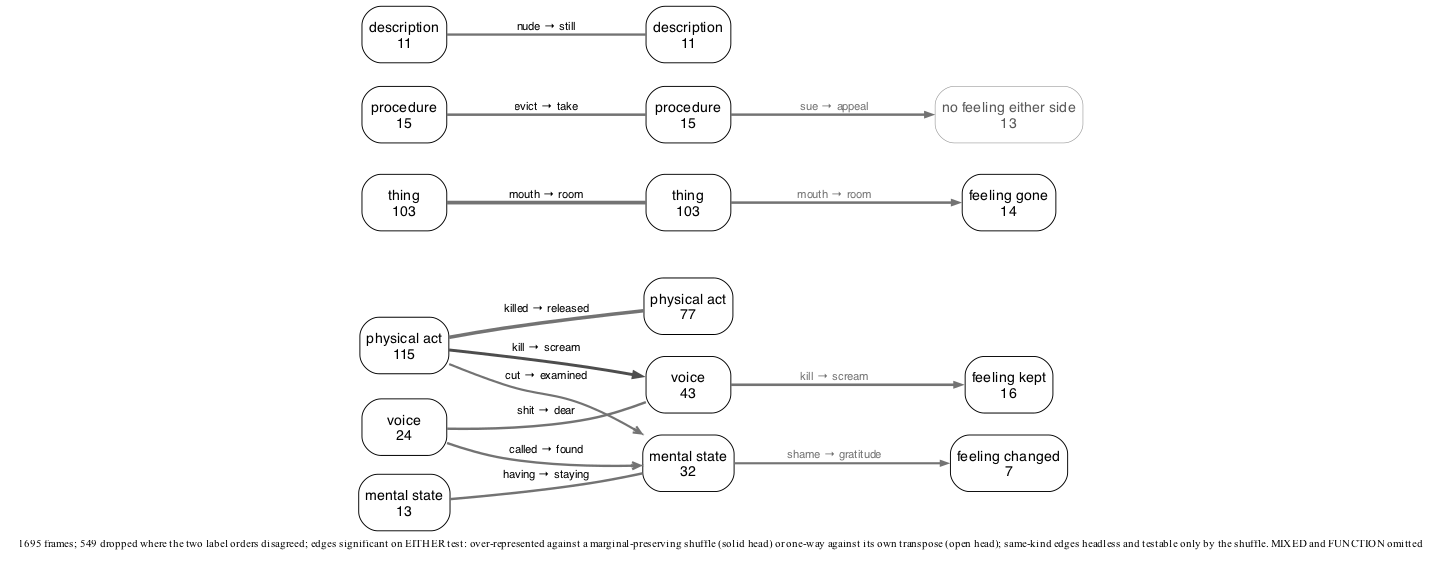
The Graphviz diagram experiments/displacement/freudian_hypothesis/results/kind_flow_en_either.png in quadrismegistus/malignment, before a commit. Its source is kept beside it as experiments/displacement/freudian_hypothesis/results/kind_flow_en_either.dot.
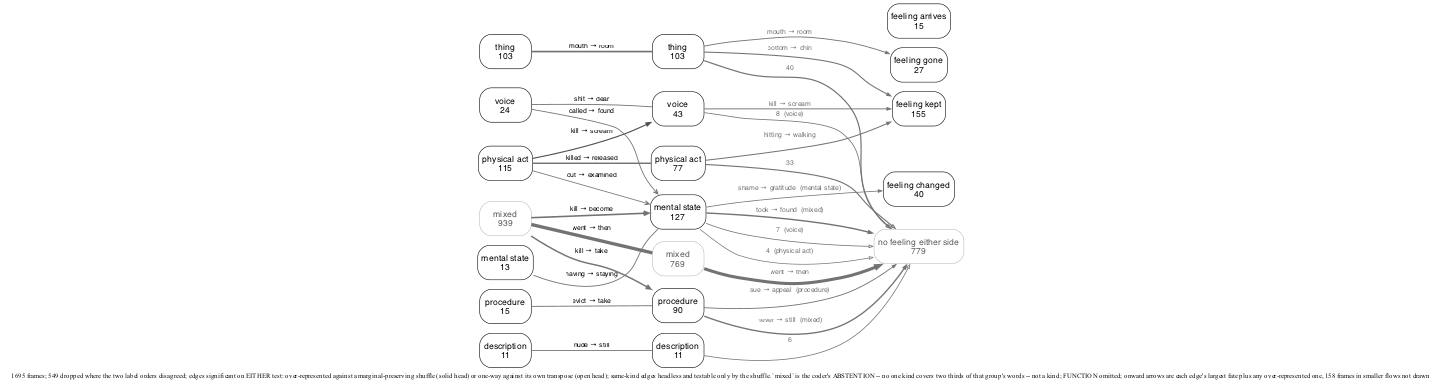
After the change.

Commit message:
the figure asserted the opposite of its own data: significance is not prevalence

What changed in the source:
```diff
@@ -5,6 +5,7 @@
   node [shape=box style="rounded" fontname="Helvetica" fontsize=9 color="black" fontcolor="black" margin="0.06,0.035" penwidth=0.6];
   edge [fontname="Helvetica" fontsize=7.2 color="#4d4d4d" penwidth=0.75 arrowsize=0.5];
   { rank=same;
+    "B_MIXED" [label="mixed\n939" penwidth=0.35 color="#8c8c8c" fontcolor="#595959"];
     "B_PHYSICAL_ACT" [label="physical act\n115"];
     "B_THING" [label="thing\n103"];
     "B_VOCAL_ACT" [label="voice\n24"];
@@ -13,32 +14,48 @@
     "B_DESCRIPTION" [label="description\n11"];
   }
   { rank=same;
+    "A_MIXED" [label="mixed\n769" penwidth=0.35 color="#8c8c8c" fontcolor="#595959"];
+    "A_MENTAL_STATE" [label="mental state\n127"];
     "A_THING" [label="thing\n103"];
+    "A_PROCEDURE" [label="procedure\n90"];
     "A_PHYSICAL_ACT" [label="physical act\n77"];
     "A_VOCAL_ACT" [label="voice\n43"];
-    "A_MENTAL_STATE" [label="mental state\n32"];
-    "A_PROCEDURE" [label="procedure\n15"];
     "A_DESCRIPTION" [label="description\n11"];
   }
   { rank=same;
-    "F_KEPT" [label="feeling kept\n16"];
-    "F_GONE" [label="feeling gone\n14"];
-    "F_NONE" [label="no feeling either side\n13" penwidth=0.35 color="#8c8c8c" fontcolor="#595959"];
-    "F_RECOLORED" [label="feeling changed\n7"];
+    "F_NONE" [label="no feeling either side\n779" penwidth=0.35 color="#8c8c8c" fontcolor="#595959"];
+    "F_KEPT" [label="feeling kept\n155"];
+    "F_RECOLORED" [label="feeling changed\n40"];
+    "F_GONE" [label="feeling gone\n27"];
+    "F_INTRODUCED" [label="feeling arrives\n15"];
   }
-  "B_THING" -> "A_THING" [label="mouth → room" arrowhead=none color="#737373" penwidth=2.37];
-  "B_PHYSICAL_ACT" -> "A_PHYSICAL_ACT" [label="killed → released" arrowhead=none color="#737373" penwidth=2.25];
-  "B_PHYSICAL_ACT" -> "A_VOCAL_ACT" [label="kill → scream" penwidth=1.88];
-  "B_PROCEDURE" -> "A_PROCEDURE" [label="evict → take" arrowhead=none color="#737373" penwidth=1.61];
-  "B_MENTAL_STATE" -> "A_MENTAL_STATE" [label="having → staying" arrowhead=none color="#737373" penwidth=1.56];
-  "B_VOCAL_ACT" -> "A_VOCAL_ACT" [label="shit → dear" arrowhead=none color="#737373" penwidth=1.56];
-  "B_VOCAL_ACT" -> "A_MENTAL_STATE" [label="called → found" arrowhead=vee color="#737373" penwidth=1.50];
-  "B_DESCRIPTION" -> "A_DESCRIPTION" [label="nude → still" arrowhead=none color="#737373" penwidth=1.50];
-  "B_PHYSICAL_ACT" -> "A_MENTAL_STATE" [label="cut → examined" arrowhead=vee color="#737373" penwidth=1.38];
-  "A_VOCAL_ACT" -> "F_KEPT" [label="kill → scream" color="#737373" fontcolor="#737373" penwidth=1.64 arrowsize=0.4];
-  "A_THING" -> "F_GONE" [label="mouth → room" color="#737373" fontcolor="#737373" penwidth=1.59 arrowsize=0.4];
-  "A_PROCEDURE" -> "F_NONE" [label="sue → appeal" color="#737373" fontcolor="#737373" penwidth=1.56 arrowsize=0.4];
-  "A_MENTAL_STATE" -> "F_RECOLORED" [label="shame → gratitude" color="#737373" fontcolor="#737373" penwidth=1.34 arrowsize=0.4];
+  "B_MIXED" -> "A_MIXED" [label="went → then" arrowhead=none color="#737373" penwidth=3.50];
+  "B_THING" -> "A_THING" [label="mouth → room" arrowhead=none color="#737373" penwidth=1.70];
+  "B_MIXED" -> "A_MENTAL_STATE" [label="kill → become" arrowhead=vee color="#737373" penwidth=1.65];
+  "B_PHYSICAL_ACT" -> "A_PHYSICAL_ACT" [label="killed → released" arrowhead=none color="#737373" penwidth=1.54];
+  "B_MIXED" -> "A_PROCEDURE" [label="kill → take" arrowhead=vee color="#737373" penwidth=1.52];
+  "B_PHYSICAL_ACT" -> "A_VOCAL_ACT" [label="kill → scream" penwidth=1.15];
+  "B_PROCEDURE" -> "A_PROCEDURE" [label="evict → take" arrowhead=none color="#737373" penwidth=0.96];
+  "B_MENTAL_STATE" -> "A_MENTAL_STATE" [label="having → staying" arrowhead=none color="#737373" penwidth=0.93];
+  "B_VOCAL_ACT" -> "A_VOCAL_ACT" [label="shit → dear" arrowhead=none color="#737373" penwidth=0.93];
+  "B_VOCAL_ACT" -> "A_MENTAL_STATE" [label="called → found" arrowhead=vee color="#737373" penwidth=0.89];
+  "B_DESCRIPTION" -> "A_DESCRIPTION" [label="nude → still" arrowhead=none color="#737373" penwidth=0.89];
+  "B_PHYSICAL_ACT" -> "A_MENTAL_STATE" [label="cut → examined" arrowhead=vee color="#737373" penwidth=0.83];
+  "A_MIXED" -> "F_NONE" [label="went → then" color="#737373" fontcolor="#737373" penwidth=3.22 arrowsize=0.4 arrowhead=normal];
+  "A_MENTAL_STATE" -> "F_NONE" [label="took → found  (mixed)" color="#737373" fontcolor="#737373" penwidth=1.47 arrowsize=0.4 arrowhead=normal];
+  "A_PROCEDURE" -> "F_NONE" [label="never → still  (mixed)" color="#737373" fontcolor="#737373" penwidth=1.41 arrowsize=0.4 arrowhead=normal];
+  "A_THING" -> "F_NONE" [label="40" color="#737373" fontcolor="#737373" penwidth=1.25 arrowsize=0.4 arrowhead=onormal];
+  "A_PHYSICAL_ACT" -> "F_NONE" [label="33" color="#737373" fontcolor="#737373" penwidth=1.18 arrowsize=0.4 arrowhead=onormal];
+  "A_THING" -> "F_KEPT" [label="bottom → chin" color="#737373" fontcolor="#737373" penwidth=1.11 arrowsize=0.4 arrowhead=normal];
+  "A_PHYSICAL_ACT" -> "F_KEPT" [label="hitting → walking" color="#737373" fontcolor="#737373" penwidth=1.07 arrowsize=0.4 arrowhead=normal];
+  "A_VOCAL_ACT" -> "F_KEPT" [label="kill → scream" color="#737373" fontcolor="#737373" penwidth=0.97 arrowsize=0.4 arrowhead=normal];
+  "A_THING" -> "F_GONE" [label="mouth → room" color="#737373" fontcolor="#737373" penwidth=0.94 arrowsize=0.4 arrowhead=normal];
+  "A_PROCEDURE" -> "F_NONE" [label="sue → appeal  (procedure)" color="#737373" fontcolor="#737373" penwidth=0.93 arrowsize=0.4 arrowhead=normal];
+  "A_VOCAL_ACT" -> "F_NONE" [label="8  (voice)" color="#737373" fontcolor="#737373" penwidth=0.83 arrowsize=0.4 arrowhead=onormal];
+  "A_MENTAL_STATE" -> "F_NONE" [label="7  (voice)" color="#737373" fontcolor="#737373" penwidth=0.81 arrowsize=0.4 arrowhead=onormal];
+  "A_MENTAL_STATE" -> "F_RECOLORED" [label="shame → gratitude  (mental state)" color="#737373" fontcolor="#737373" penwidth=0.81 arrowsize=0.4 arrowhead=normal];
+  "A_DESCRIPTION" -> "F_NONE" [label="6" color="#737373" fontcolor="#737373" penwidth=0.79 arrowsize=0.4 arrowhead=onormal];
+  "A_MENTAL_STATE" -> "F_NONE" [label="4  (physical act)" color="#737373" fontcolor="#737373" penwidth=0.74 arrowsize=0.4 arrowhead=onormal];
   labelloc="b"; labeljust="l";
-  label=<<font point-size="7.65">1695 frames; 549 dropped where the two label orders disagreed; edges significant on EITHER test: over-represented against a marginal-preserving shuffle (solid head) or one-way against its own transpose (open head); same-kind edges headless and testable only by the shuffle. MIXED and FUNCTION omitted</font>>;
+  label=<<font point-size="7.65">1695 frames; 549 dropped where the two label orders disagreed; edges significant on EITHER test: over-represented against a marginal-preserving shuffle (solid head) or one-way against its own transpose (open head); same-kind edges headless and testable only by the shuffle. `mixed` is the coder's ABSTENTION -- no one kind covers two thirds of that group's words -- not a kind; FUNCTION omitted; onward arrows are each edge's largest fate plus any over-represented one, 158 frames in smaller flows not drawn</font>>;
 }
```
